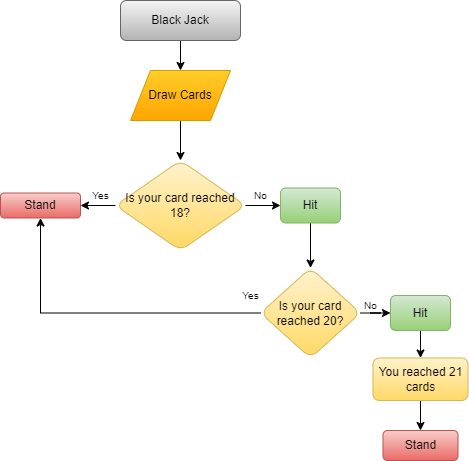
Before: blackjack.drawio.png, a diagram exported from draw.io (mallaribs01/CCINCOML_EXERCISES_COM23P). Source tidied: cells renumbered, new cells last; positions are measured from the earlier drawing's top-left corner, leaving out a move shared by most shapes.
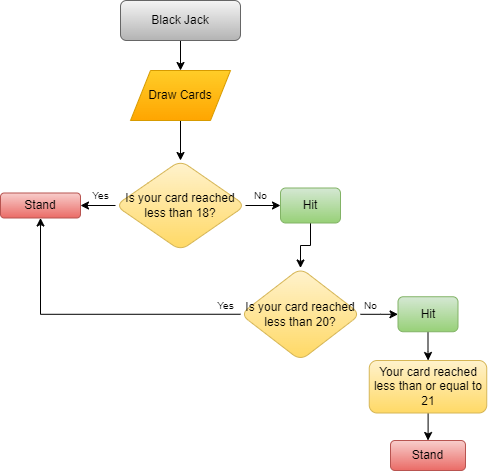
After the commit.

What changed in the source:
```diff
@@ -14,7 +14,7 @@
     <mxCell id="5" style="edgeStyle=orthogonalEdgeStyle;rounded=0;jettySize=auto;html=1;" parent="1" edge="1" source="6" target="9">
       <mxGeometry relative="1" as="geometry" />
     </mxCell>
-    <mxCell id="6" value="Is your card reached 18?" style="rhombus;rounded=1;glass=0;strokeWidth=1;shadow=0;html=1;whiteSpace=wrap;verticalAlign=middle;fillColor=#fff2cc;strokeColor=#d6b656;gradientColor=#ffd966;" parent="1" vertex="1">
+    <mxCell id="6" value="Is your card reached less than 18?" style="rhombus;rounded=1;glass=0;strokeWidth=1;shadow=0;html=1;whiteSpace=wrap;verticalAlign=middle;fillColor=#fff2cc;strokeColor=#d6b656;gradientColor=#ffd966;" parent="1" vertex="1">
       <mxGeometry x="115" y="160" width="130" height="90" as="geometry" />
     </mxCell>
     <mxCell id="7" style="edgeStyle=orthogonalEdgeStyle;rounded=0;jettySize=auto;html=1;" parent="1" edge="1" source="8" target="12">
@@ -32,14 +32,14 @@
     <mxCell id="11" style="edgeStyle=orthogonalEdgeStyle;rounded=0;jettySize=auto;html=1;exitX=0;exitY=0.5;exitDx=0;exitDy=0;entryX=0.5;entryY=1;entryDx=0;entryDy=0;" parent="1" edge="1" source="12" target="9">
       <mxGeometry relative="1" as="geometry" />
     </mxCell>
-    <mxCell id="12" value="Is your card reached 20?" style="rhombus;whiteSpace=wrap;html=1;rounded=1;glass=0;strokeWidth=1;shadow=0;fillColor=#fff2cc;gradientColor=#ffd966;strokeColor=#d6b656;" parent="1" vertex="1">
-      <mxGeometry x="260" y="267.5" width="100" height="90" as="geometry" />
+    <mxCell id="12" value="Is your card reached less than 20?" style="rhombus;whiteSpace=wrap;html=1;rounded=1;glass=0;strokeWidth=1;shadow=0;fillColor=#fff2cc;gradientColor=#ffd966;strokeColor=#d6b656;" parent="1" vertex="1">
+      <mxGeometry x="240" y="267.5" width="120" height="92.5" as="geometry" />
     </mxCell>
     <mxCell id="13" style="edgeStyle=orthogonalEdgeStyle;rounded=0;jettySize=auto;html=1;" parent="1" edge="1" source="14" target="22">
       <mxGeometry relative="1" as="geometry" />
     </mxCell>
     <mxCell id="14" value="Hit" style="whiteSpace=wrap;html=1;rounded=1;glass=0;strokeWidth=1;shadow=0;fillColor=#d5e8d4;gradientColor=#97d077;strokeColor=#82b366;" parent="1" vertex="1">
-      <mxGeometry x="390" y="295" width="60" height="35" as="geometry" />
+      <mxGeometry x="397.5" y="296.2" width="60" height="35" as="geometry" />
     </mxCell>
     <mxCell id="15" value="Yes" style="text;html=1;align=center;verticalAlign=middle;strokeColor=none;fillColor=none;fontSize=10;" parent="1" vertex="1">
       <mxGeometry x="80" y="180" width="40" height="30" as="geometry" />
@@ -51,7 +51,7 @@
       <mxGeometry x="350" y="290" width="40" height="30" as="geometry" />
     </mxCell>
     <mxCell id="18" value="Yes" style="text;html=1;align=center;verticalAlign=middle;strokeColor=none;fillColor=none;fontSize=10;" parent="1" vertex="1">
-      <mxGeometry x="230" y="280" width="40" height="30" as="geometry" />
+      <mxGeometry x="205" y="290" width="40" height="30" as="geometry" />
     </mxCell>
     <mxCell id="19" style="edgeStyle=orthogonalEdgeStyle;rounded=0;jettySize=auto;html=1;" parent="1" edge="1" source="20" target="6">
       <mxGeometry relative="1" as="geometry" />
@@ -62,11 +62,11 @@
     <mxCell id="21" style="edgeStyle=orthogonalEdgeStyle;rounded=0;jettySize=auto;html=1;" parent="1" edge="1" source="22" target="23">
       <mxGeometry relative="1" as="geometry" />
     </mxCell>
-    <mxCell id="22" value="You reached 21 cards" style="whiteSpace=wrap;html=1;fillColor=#fff2cc;strokeColor=#d6b656;rounded=1;glass=0;strokeWidth=1;shadow=0;gradientColor=#ffd966;" parent="1" vertex="1">
-      <mxGeometry x="372.5" y="357.5" width="95" height="42.5" as="geometry" />
+    <mxCell id="22" value="Your card reached less than or equal to 21" style="whiteSpace=wrap;html=1;fillColor=#fff2cc;strokeColor=#d6b656;rounded=1;glass=0;strokeWidth=1;shadow=0;gradientColor=#ffd966;" parent="1" vertex="1">
+      <mxGeometry x="368.8" y="360" width="117.5" height="52.5" as="geometry" />
     </mxCell>
     <mxCell id="23" value="Stand" style="whiteSpace=wrap;html=1;fillColor=#f8cecc;strokeColor=#b85450;rounded=1;glass=0;strokeWidth=1;shadow=0;gradientColor=#ea6b66;" parent="1" vertex="1">
-      <mxGeometry x="382.5" y="430" width="75" height="30" as="geometry" />
+      <mxGeometry x="390" y="440" width="75" height="30" as="geometry" />
     </mxCell>
   </root>
 </mxGraphModel>
```
